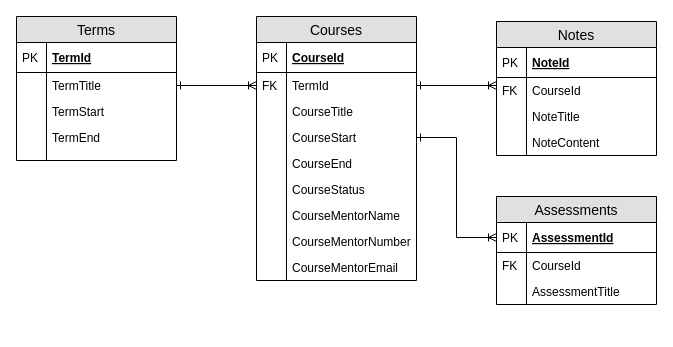
This is Academic-Tracker-DataModel.drawio from Jdichiera/Academic-Tracker, a draw.io file, before an edit. Source tidied: cells renumbered, new cells numbered last; positions are measured from the earlier drawing's top-left corner, leaving out a move shared by most shapes. Both pictures are drawn from the tidied source at 100%, with x=0, y=0 at pixel (16, 16).
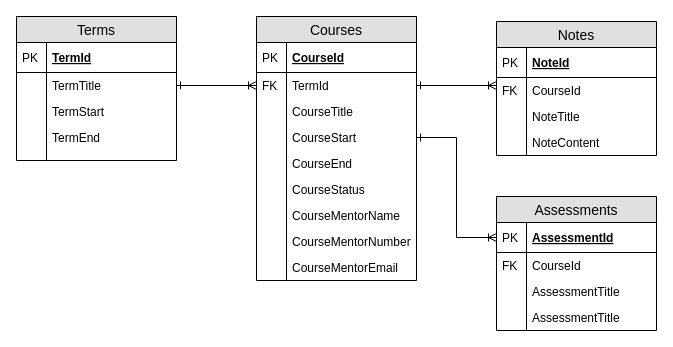
The same diagram, later.

Diff of the diagram source:
```diff
@@
     <mxCell id="41" value="Assessments" style="swimlane;fontStyle=0;horizontal=1;startSize=26;fillColor=#e0e0e0;swimlaneFillColor=#ffffff;align=center;fontSize=14;" parent="1" vertex="1">
-      <mxGeometry x="480" y="180" width="160" height="108" as="geometry" />
+      <mxGeometry x="480" y="180" width="160" height="134" as="geometry" />
     </mxCell>
@@
+    <mxCell id="51" value="AssessmentTitle" style="shape=partialRectangle;top=0;left=0;right=0;bottom=0;align=left;verticalAlign=top;fillColor=none;spacingLeft=34;spacingRight=4;overflow=hidden;fontSize=12;" parent="41" vertex="1">
+      <mxGeometry y="108" width="160" height="26" as="geometry" />
+    </mxCell>
+    <mxCell id="52" style="shape=partialRectangle;top=0;left=0;bottom=0;fillColor=none;align=left;verticalAlign=top;spacingLeft=4;spacingRight=4;overflow=hidden;fontSize=12;" parent="51" vertex="1">
+      <mxGeometry width="30" height="26" as="geometry" />
+    </mxCell>
```
